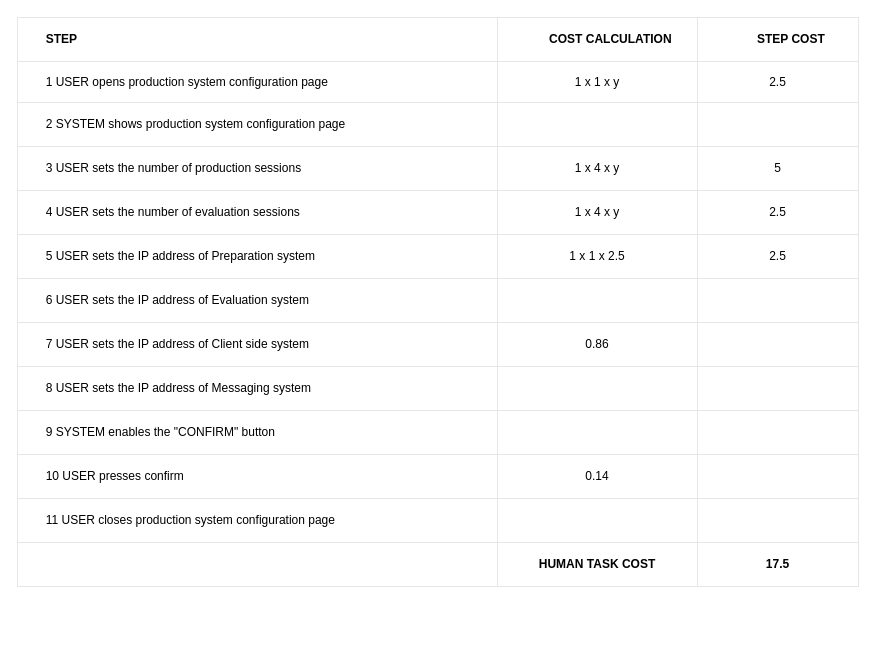
Before: configure/production system (JACO)/production_system_table.drawio in BaffoBello14/AutomaticDamagesRecognition, a draw.io diagram. Source tidied: cells renumbered, new cells numbered last; positions are measured from the earlier drawing's top-left corner, leaving out a move shared by most shapes. Both pictures are drawn from the tidied source at 100%, with x=0, y=0 at pixel (17, 17).
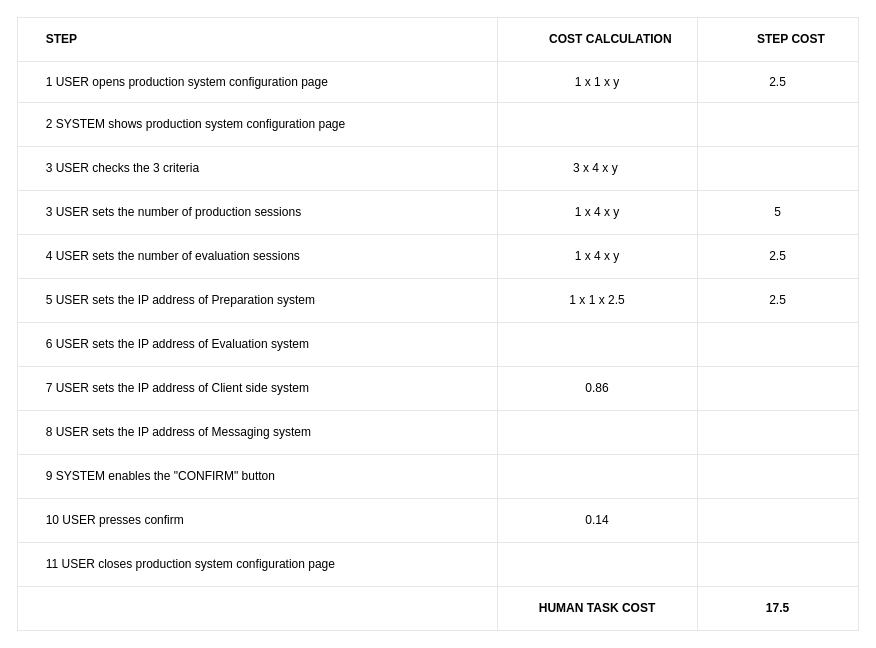
The same diagram, later.

What changed in the source:
```diff
@@
     <mxCell id="2" style="childLayout=tableLayout;shadow=0;strokeColor=#E6E6E6;align=center;" parent="1" vertex="1">
-      <mxGeometry width="841" height="569" as="geometry" />
+      <mxGeometry width="841" height="613" as="geometry" />
     </mxCell>
@@
+    <mxCell id="55" style="shape=tableRow;horizontal=0;startSize=0;swimlaneHead=0;swimlaneBody=0;top=0;left=0;bottom=0;right=0;fontStyle=0;fillColor=none;strokeColor=inherit;align=center;" parent="2" vertex="1">
+      <mxGeometry y="129" width="841" height="44" as="geometry" />
+    </mxCell>
+    <mxCell id="56" value="&lt;span style=&quot;white-space: pre;&quot;&gt;&#9;&lt;/span&gt;3 USER checks the 3 criteria" style="strokeColor=inherit;fillColor=none;align=left;whiteSpace=wrap;html=1;labelPosition=center;verticalLabelPosition=middle;verticalAlign=middle;" parent="55" vertex="1">
+      <mxGeometry width="480" height="44" as="geometry" />
+    </mxCell>
+    <mxCell id="57" value="3 x 4 x y&amp;nbsp;" style="strokeColor=inherit;fillColor=none;align=center;whiteSpace=wrap;html=1;" parent="55" vertex="1">
+      <mxGeometry x="480" width="200" height="44" as="geometry" />
+    </mxCell>
+    <mxCell id="58" style="strokeColor=inherit;fillColor=none;align=center;whiteSpace=wrap;html=1;" parent="55" vertex="1">
+      <mxGeometry x="680" width="161" height="44" as="geometry" />
+    </mxCell>
     <mxCell id="15" style="shape=tableRow;horizontal=0;startSize=0;swimlaneHead=0;swimlaneBody=0;top=0;left=0;bottom=0;right=0;fontStyle=0;fillColor=none;strokeColor=inherit;align=center;" parent="2" vertex="1">
-      <mxGeometry y="129" width="841" height="44" as="geometry" />
+      <mxGeometry y="173" width="841" height="44" as="geometry" />
     </mxCell>
@@
     <mxCell id="19" style="shape=tableRow;horizontal=0;startSize=0;swimlaneHead=0;swimlaneBody=0;top=0;left=0;bottom=0;right=0;fontStyle=0;fillColor=none;strokeColor=inherit;align=center;" parent="2" vertex="1">
-      <mxGeometry y="173" width="841" height="44" as="geometry" />
+      <mxGeometry y="217" width="841" height="44" as="geometry" />
     </mxCell>
@@
     <mxCell id="23" style="shape=tableRow;horizontal=0;startSize=0;swimlaneHead=0;swimlaneBody=0;top=0;left=0;bottom=0;right=0;fontStyle=0;fillColor=none;strokeColor=inherit;align=center;" parent="2" vertex="1">
-      <mxGeometry y="217" width="841" height="44" as="geometry" />
+      <mxGeometry y="261" width="841" height="44" as="geometry" />
     </mxCell>
@@
     <mxCell id="27" style="shape=tableRow;horizontal=0;startSize=0;swimlaneHead=0;swimlaneBody=0;top=0;left=0;bottom=0;right=0;fontStyle=0;fillColor=none;strokeColor=inherit;align=center;" parent="2" vertex="1">
-      <mxGeometry y="261" width="841" height="44" as="geometry" />
+      <mxGeometry y="305" width="841" height="44" as="geometry" />
     </mxCell>
@@
     <mxCell id="31" style="shape=tableRow;horizontal=0;startSize=0;swimlaneHead=0;swimlaneBody=0;top=0;left=0;bottom=0;right=0;fontStyle=0;fillColor=none;strokeColor=inherit;align=center;" parent="2" vertex="1">
-      <mxGeometry y="305" width="841" height="44" as="geometry" />
+      <mxGeometry y="349" width="841" height="44" as="geometry" />
     </mxCell>
@@
     <mxCell id="35" style="shape=tableRow;horizontal=0;startSize=0;swimlaneHead=0;swimlaneBody=0;top=0;left=0;bottom=0;right=0;fontStyle=0;fillColor=none;strokeColor=inherit;align=center;" parent="2" vertex="1">
-      <mxGeometry y="349" width="841" height="44" as="geometry" />
+      <mxGeometry y="393" width="841" height="44" as="geometry" />
     </mxCell>
@@
     <mxCell id="39" style="shape=tableRow;horizontal=0;startSize=0;swimlaneHead=0;swimlaneBody=0;top=0;left=0;bottom=0;right=0;fontStyle=0;fillColor=none;strokeColor=inherit;align=center;" parent="2" vertex="1">
-      <mxGeometry y="393" width="841" height="44" as="geometry" />
+      <mxGeometry y="437" width="841" height="44" as="geometry" />
     </mxCell>
@@
     <mxCell id="43" style="shape=tableRow;horizontal=0;startSize=0;swimlaneHead=0;swimlaneBody=0;top=0;left=0;bottom=0;right=0;fontStyle=0;fillColor=none;strokeColor=inherit;align=center;" parent="2" vertex="1">
-      <mxGeometry y="437" width="841" height="44" as="geometry" />
+      <mxGeometry y="481" width="841" height="44" as="geometry" />
     </mxCell>
@@
     <mxCell id="47" style="shape=tableRow;horizontal=0;startSize=0;swimlaneHead=0;swimlaneBody=0;top=0;left=0;bottom=0;right=0;fontStyle=0;fillColor=none;strokeColor=inherit;align=center;" parent="2" vertex="1">
-      <mxGeometry y="481" width="841" height="44" as="geometry" />
+      <mxGeometry y="525" width="841" height="44" as="geometry" />
     </mxCell>
@@
     <mxCell id="51" style="shape=tableRow;horizontal=0;startSize=0;swimlaneHead=0;swimlaneBody=0;top=0;left=0;bottom=0;right=0;fontStyle=0;fillColor=none;strokeColor=inherit;align=center;" parent="2" vertex="1">
-      <mxGeometry y="525" width="841" height="44" as="geometry" />
+      <mxGeometry y="569" width="841" height="44" as="geometry" />
     </mxCell>
```
